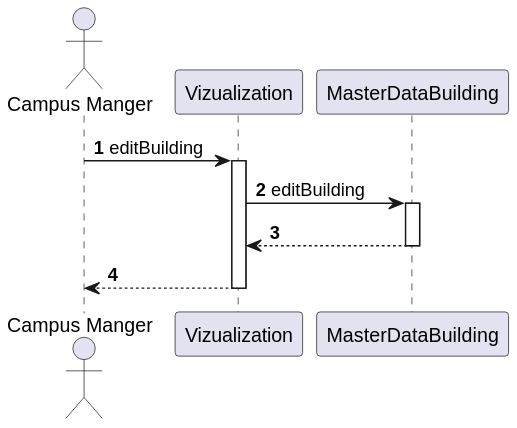
The PlantUML diagram docs/US_170/Diagrams/Level2/ProcessView.svg in Pedro-Pereira1/sem5pi_23_24_g056, before a commit.
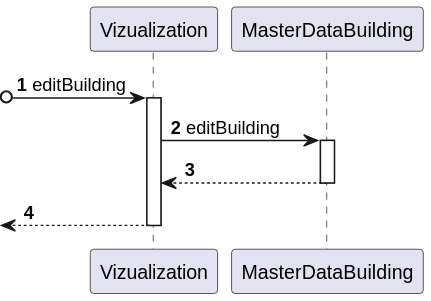
The same diagram one commit later.

Commit message:
Changed process view level 2 in US 170

Diff of the diagram source:
```diff
@@ -1,11 +1,10 @@
 @startuml processLevel1
 
 autonumber
-actor "Campus Manger" as CM
 participant Vizualization
 participant MasterDataBuilding
 
-CM -> Vizualization : editBuilding
+?o->Vizualization : editBuilding
 activate Vizualization
 
 Vizualization -> MasterDataBuilding : editBuilding
@@ -14,7 +13,7 @@
 MasterDataBuilding --> Vizualization
 deactivate MasterDataBuilding
 
-Vizualization --> CM
+<--Vizualization
 deactivate Vizualization
 
 @enduml
```
